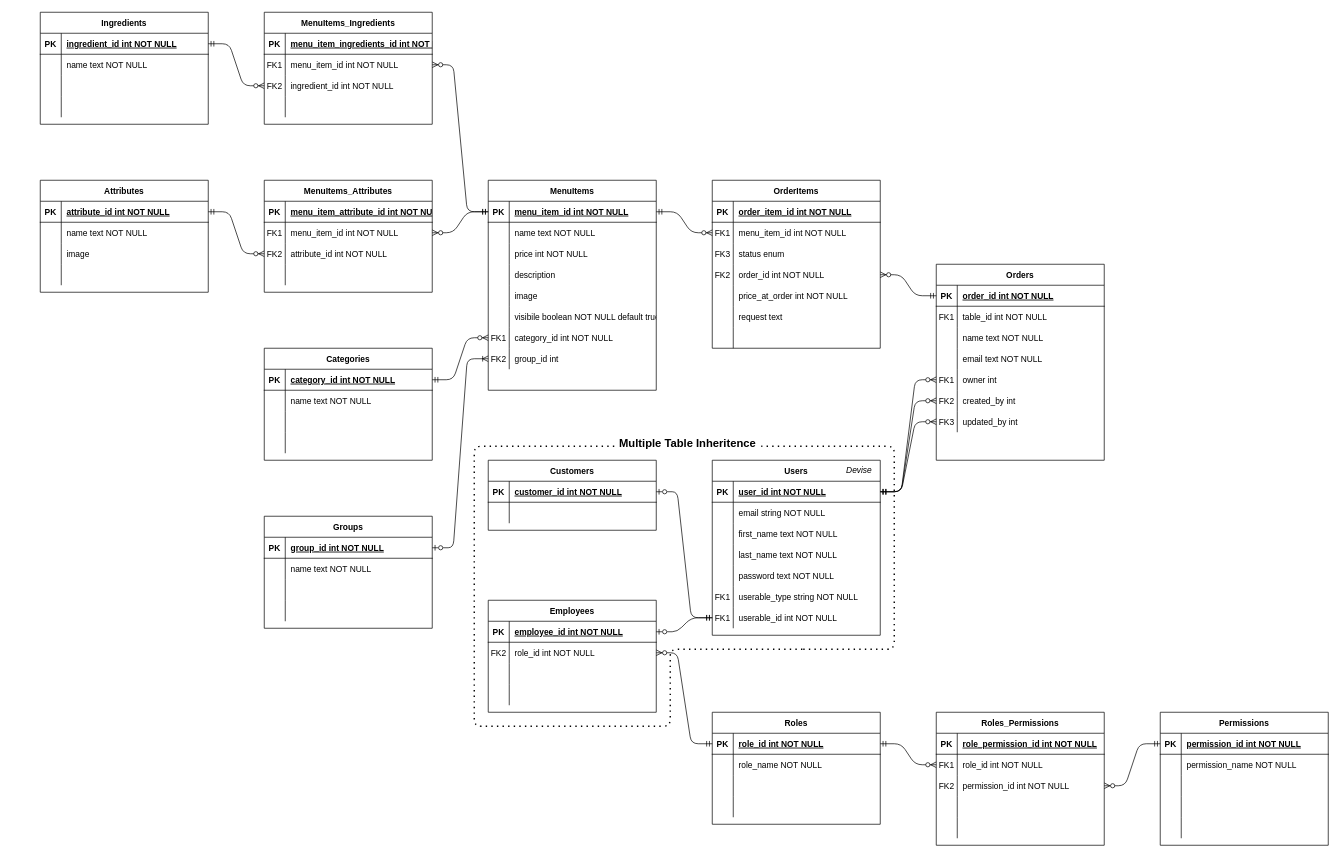
Earlier version of the draw.io diagram entity_relationship_diagram/entity relationship diagram.drawio (korayleigh/t3a2-b-docs). Source tidied: cells renumbered, new cells numbered last; positions are measured from the earlier drawing's top-left corner, leaving out a move shared by most shapes. Both pictures are drawn from the tidied source at 70%, with x=0, y=0 at pixel (40, 12).
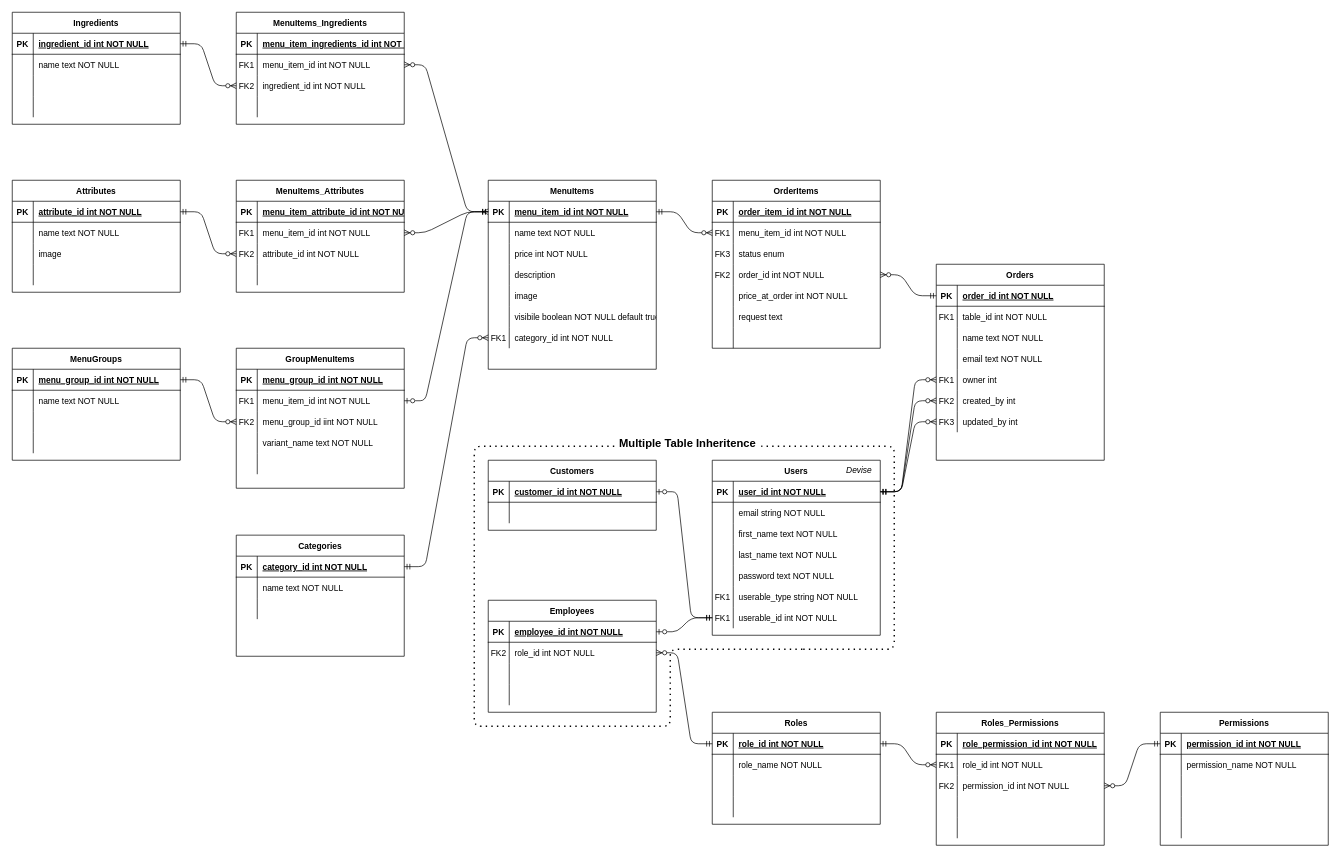
After the change.

Commit message:
refactored menu groups to join table

Unchanged cells that the change refers to:
```xml
<mxCell id="25" style="shape=partialRectangle;fillColor=none;points=[[0,0.5],[1,0.5]];portConstraint=eastwest;top=0;left=0;right=0;bottom=1;" parent="24" vertex="1">
  <mxGeometry y="30" width="240" height="30" as="geometry" />
</mxCell>
<mxCell id="214" style="shape=partialRectangle;fillColor=none;points=[[0,0.5],[1,0.5]];portConstraint=eastwest;top=0;left=0;right=0;bottom=1;" parent="213" vertex="1">
  <mxGeometry y="30" width="240" height="30" as="geometry" />
</mxCell>
```

Diff of the diagram source:
```diff
@@
     <mxCell id="24" value="MenuItems" style="shape=table;startSize=30;childLayout=tableLayout;rowLines=0;fontStyle=1;align=center;" parent="1" vertex="1">
-      <mxGeometry x="640" y="240" width="240" height="300" as="geometry" />
+      <mxGeometry x="640" y="240" width="240" height="270" as="geometry" />
     </mxCell>
@@
-    <mxCell id="46" style="shape=partialRectangle;fillColor=none;points=[[0,0.5],[1,0.5]];portConstraint=eastwest;top=0;left=0;right=0;bottom=0;" parent="24" vertex="1">
-      <mxGeometry y="240" width="240" height="30" as="geometry" />
-    </mxCell>
-    <mxCell id="47" value="FK2" style="shape=partialRectangle;overflow=hidden;fillColor=none;top=0;left=0;bottom=0;right=0;" parent="46" vertex="1">
-      <mxGeometry width="30" height="30" as="geometry" />
-    </mxCell>
-    <mxCell id="48" value="group_id int" style="shape=partialRectangle;overflow=hidden;fillColor=none;top=0;left=0;bottom=0;right=0;align=left;spacingLeft=6;" parent="46" vertex="1">
-      <mxGeometry x="30" width="210" height="30" as="geometry" />
-    </mxCell>
@@
     <mxCell id="143" value="Attributes" style="shape=table;startSize=30;childLayout=tableLayout;rowLines=0;fontStyle=1;align=center;" parent="1" vertex="1">
-      <mxGeometry y="240" width="240" height="160" as="geometry" />
+      <mxGeometry x="-40" y="240" width="240" height="160" as="geometry" />
     </mxCell>
@@
     <mxCell id="156" value="MenuItems_Attributes" style="shape=table;startSize=30;childLayout=tableLayout;rowLines=0;fontStyle=1;align=center;" parent="1" vertex="1">
-      <mxGeometry x="320" y="240" width="240" height="160" as="geometry" />
+      <mxGeometry x="280" y="240" width="240" height="160" as="geometry" />
     </mxCell>
@@
     <mxCell id="171" value="Ingredients" style="shape=table;startSize=30;childLayout=tableLayout;rowLines=0;fontStyle=1;align=center;" parent="1" vertex="1">
-      <mxGeometry width="240" height="160" as="geometry" />
+      <mxGeometry x="-40" width="240" height="160" as="geometry" />
     </mxCell>
@@
     <mxCell id="184" value="MenuItems_Ingredients" style="shape=table;startSize=30;childLayout=tableLayout;rowLines=0;fontStyle=1;align=center;" parent="1" vertex="1">
-      <mxGeometry x="320" width="240" height="160" as="geometry" />
+      <mxGeometry x="280" width="240" height="160" as="geometry" />
     </mxCell>
@@
     <mxCell id="199" value="Categories" style="shape=table;startSize=30;childLayout=tableLayout;rowLines=0;fontStyle=1;align=center;" parent="1" vertex="1">
-      <mxGeometry x="320" y="480" width="240" height="160" as="geometry" />
+      <mxGeometry x="280" y="747" width="240" height="173" as="geometry" />
     </mxCell>
@@
-    <mxCell id="209" style="shape=partialRectangle;fillColor=none;top=0;left=0;right=0;bottom=0;" parent="199" vertex="1">
-      <mxGeometry y="120" width="240" height="30" as="geometry" />
-    </mxCell>
-    <mxCell id="210" style="shape=partialRectangle;overflow=hidden;fillColor=none;top=0;left=0;bottom=0;right=0;" parent="209" vertex="1">
-      <mxGeometry width="30" height="30" as="geometry" />
-    </mxCell>
-    <mxCell id="211" style="shape=partialRectangle;overflow=hidden;fillColor=none;top=0;left=0;bottom=0;right=0;align=left;spacingLeft=6;" parent="209" vertex="1">
-      <mxGeometry x="30" width="210" height="30" as="geometry" />
-    </mxCell>
@@
-    <mxCell id="213" value="Groups" style="shape=table;startSize=30;childLayout=tableLayout;rowLines=0;fontStyle=1;align=center;" parent="1" vertex="1">
-      <mxGeometry x="320" y="720" width="240" height="160" as="geometry" />
+    <mxCell id="213" value="MenuGroups" style="shape=table;startSize=30;childLayout=tableLayout;rowLines=0;fontStyle=1;align=center;" parent="1" vertex="1">
+      <mxGeometry x="-40" y="480" width="240" height="160" as="geometry" />
     </mxCell>
@@
-    <mxCell id="216" value="group_id int NOT NULL " style="shape=partialRectangle;overflow=hidden;fillColor=none;top=0;left=0;bottom=0;right=0;align=left;spacingLeft=6;fontStyle=5;" parent="214" vertex="1">
+    <mxCell id="216" value="menu_group_id int NOT NULL " style="shape=partialRectangle;overflow=hidden;fillColor=none;top=0;left=0;bottom=0;right=0;align=left;spacingLeft=6;fontStyle=5;" parent="214" vertex="1">
       <mxGeometry x="30" width="210" height="30" as="geometry" />
     </mxCell>
@@
-    <mxCell id="226" style="edgeStyle=entityRelationEdgeStyle;fontSize=12;html=1;endArrow=ERoneToMany;startArrow=ERzeroToOne;rounded=1;entryX=0;entryY=0.5;entryDx=0;entryDy=0;exitX=1;exitY=0.5;exitDx=0;exitDy=0;startFill=0;endFill=0;" parent="1" edge="1" source="214" target="46">
+    <mxCell id="226" style="edgeStyle=entityRelationEdgeStyle;fontSize=12;html=1;endArrow=ERoneToMany;startArrow=ERzeroToOne;rounded=1;exitX=1;exitY=0.5;exitDx=0;exitDy=0;startFill=0;endFill=0;entryX=0;entryY=0.5;entryDx=0;entryDy=0;" parent="1" edge="1" source="260" target="25">
       <mxGeometry relative="1" as="geometry" />
     </mxCell>
@@
+    <mxCell id="256" value="GroupMenuItems" style="shape=table;startSize=30;childLayout=tableLayout;rowLines=0;fontStyle=1;align=center;" parent="1" vertex="1">
+      <mxGeometry x="280" y="480" width="240" height="200" as="geometry" />
+    </mxCell>
+    <mxCell id="257" style="shape=partialRectangle;fillColor=none;top=0;left=0;right=0;bottom=1;" parent="256" vertex="1">
+      <mxGeometry y="30" width="240" height="30" as="geometry" />
+    </mxCell>
+    <mxCell id="258" value="PK" style="shape=partialRectangle;overflow=hidden;fillColor=none;top=0;left=0;bottom=0;right=0;fontStyle=1;" parent="257" vertex="1">
+      <mxGeometry width="30" height="30" as="geometry" />
+    </mxCell>
+    <mxCell id="259" value="menu_group_id int NOT NULL " style="shape=partialRectangle;overflow=hidden;fillColor=none;top=0;left=0;bottom=0;right=0;align=left;spacingLeft=6;fontStyle=5;" parent="257" vertex="1">
+      <mxGeometry x="30" width="210" height="30" as="geometry" />
+    </mxCell>
+    <mxCell id="260" style="shape=partialRectangle;fillColor=none;points=[[0,0.5],[1,0.5]];portConstraint=eastwest;top=0;left=0;right=0;bottom=0;" parent="256" vertex="1">
+      <mxGeometry y="60" width="240" height="30" as="geometry" />
+    </mxCell>
+    <mxCell id="261" value="FK1" style="shape=partialRectangle;overflow=hidden;fillColor=none;top=0;left=0;bottom=0;right=0;" parent="260" vertex="1">
+      <mxGeometry width="30" height="30" as="geometry" />
+    </mxCell>
+    <mxCell id="262" value="menu_item_id int NOT NULL" style="shape=partialRectangle;overflow=hidden;fillColor=none;top=0;left=0;bottom=0;right=0;align=left;spacingLeft=6;" parent="260" vertex="1">
+      <mxGeometry x="30" width="210" height="30" as="geometry" />
+    </mxCell>
+    <mxCell id="263" style="shape=partialRectangle;fillColor=none;points=[[0,0.5],[1,0.5]];portConstraint=eastwest;top=0;left=0;right=0;bottom=0;" parent="256" vertex="1">
+      <mxGeometry y="90" width="240" height="30" as="geometry" />
+    </mxCell>
+    <mxCell id="47" value="FK2" style="shape=partialRectangle;overflow=hidden;fillColor=none;top=0;left=0;bottom=0;right=0;" parent="263" vertex="1">
+      <mxGeometry width="30" height="30" as="geometry" />
+    </mxCell>
+    <mxCell id="264" value="menu_group_id iint NOT NULL" style="shape=partialRectangle;overflow=hidden;fillColor=none;top=0;left=0;bottom=0;right=0;align=left;spacingLeft=6;" parent="263" vertex="1">
+      <mxGeometry x="30" width="210" height="30" as="geometry" />
+    </mxCell>
+    <mxCell id="209" style="shape=partialRectangle;fillColor=none;top=0;left=0;right=0;bottom=0;" parent="256" vertex="1">
+      <mxGeometry y="120" width="240" height="30" as="geometry" />
+    </mxCell>
+    <mxCell id="265" style="shape=partialRectangle;overflow=hidden;fillColor=none;top=0;left=0;bottom=0;right=0;" parent="209" vertex="1">
+      <mxGeometry width="30" height="30" as="geometry" />
+    </mxCell>
+    <mxCell id="266" value="variant_name text NOT NULL" style="shape=partialRectangle;overflow=hidden;fillColor=none;top=0;left=0;bottom=0;right=0;align=left;spacingLeft=6;" parent="209" vertex="1">
+      <mxGeometry x="30" width="210" height="30" as="geometry" />
+    </mxCell>
+    <mxCell id="267" style="shape=partialRectangle;fillColor=none;top=0;left=0;right=0;bottom=0;" parent="256" vertex="1">
+      <mxGeometry y="150" width="240" height="30" as="geometry" />
+    </mxCell>
+    <mxCell id="268" style="shape=partialRectangle;overflow=hidden;fillColor=none;top=0;left=0;bottom=0;right=0;" parent="267" vertex="1">
+      <mxGeometry width="30" height="30" as="geometry" />
+    </mxCell>
+    <mxCell id="211" style="shape=partialRectangle;overflow=hidden;fillColor=none;top=0;left=0;bottom=0;right=0;align=left;spacingLeft=6;" parent="267" vertex="1">
+      <mxGeometry x="30" width="210" height="30" as="geometry" />
+    </mxCell>
+    <mxCell id="269" style="edgeStyle=entityRelationEdgeStyle;fontSize=12;html=1;endArrow=ERzeroToMany;startArrow=ERmandOne;rounded=1;entryX=0;entryY=0.5;entryDx=0;entryDy=0;exitX=1;exitY=0.5;exitDx=0;exitDy=0;" parent="1" edge="1" source="214" target="263">
+      <mxGeometry relative="1" as="geometry" />
+    </mxCell>
```
